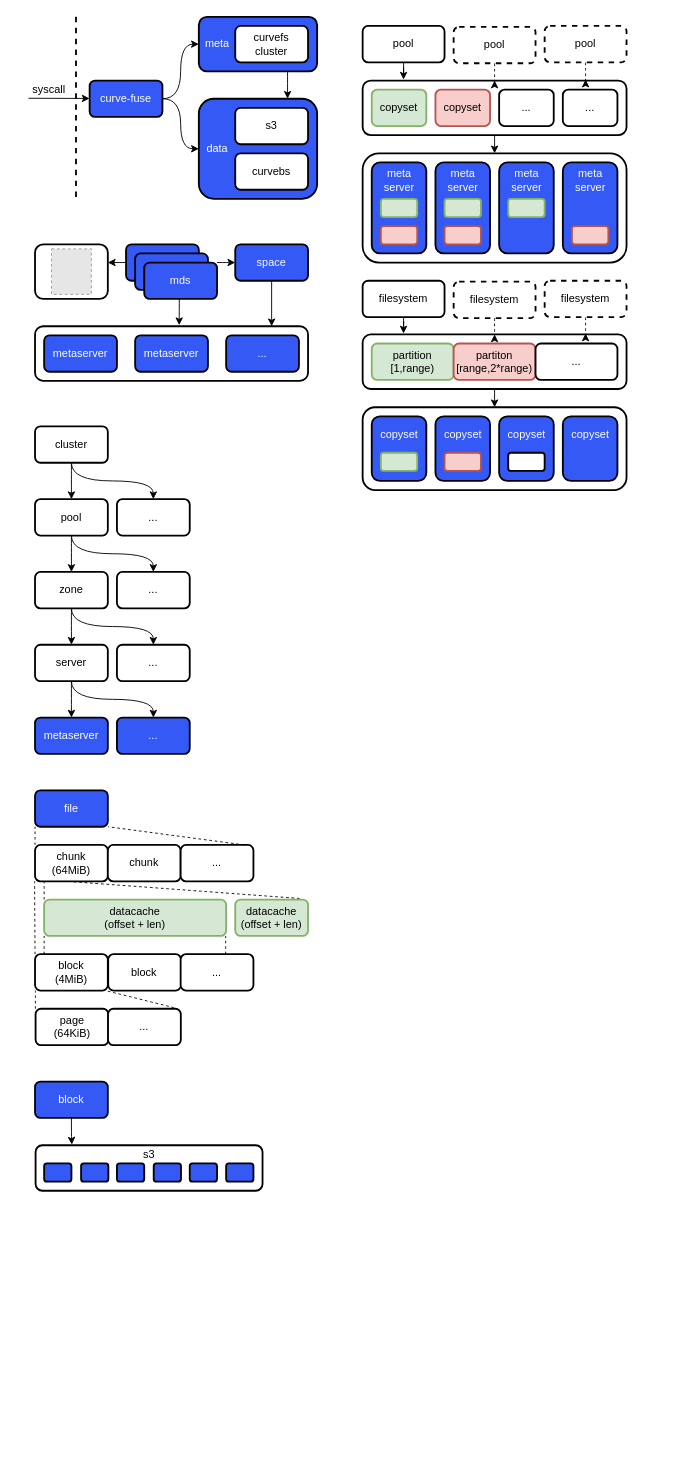
Earlier version of the draw.io diagram page "curvefs" (1 of 2) of curve/curve.drawio (EarthWind/deeparch). Source tidied: cells renumbered, new cells numbered last; positions are measured from the earlier drawing's top-left corner, leaving out a move shared by most shapes. Both pictures are drawn from the tidied source at 91%, with x=0, y=0 at pixel (25, 16). Pictures stored in the file or linked from it are replaced by grey dashed boxes.
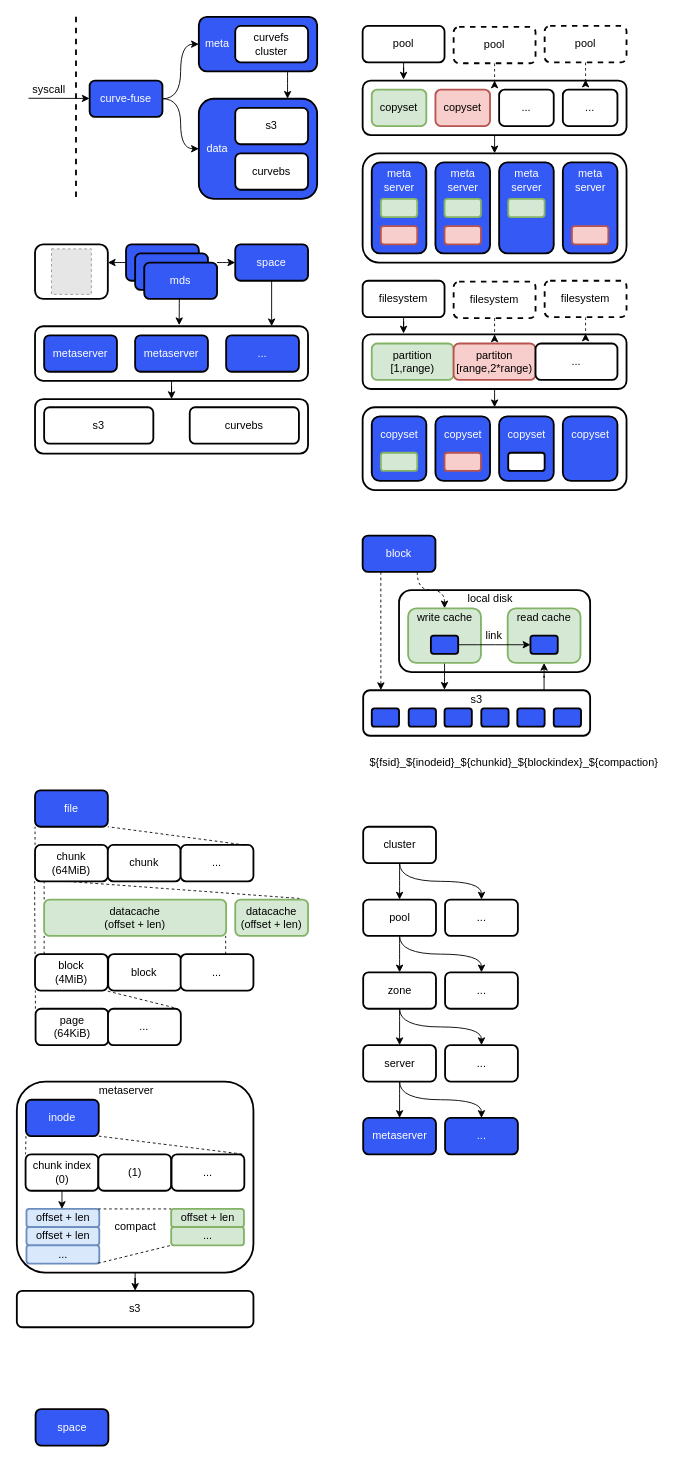
After the change.

Unchanged cells that the change refers to:
```xml
<mxCell id="5" value="metaserver" style="rounded=1;whiteSpace=wrap;html=1;strokeWidth=2;fillWeight=1;hachureGap=4;hachureAngle=45;sketch=0;shadow=0;" parent="1" vertex="1">
  <mxGeometry x="10" y="340" width="300" height="60" as="geometry" />
</mxCell>
```

Change to the diagram source:
```diff
@@
+    <mxCell id="129" style="edgeStyle=orthogonalEdgeStyle;curved=1;rounded=0;sketch=0;jettySize=auto;html=1;labelBorderColor=none;fontColor=#FFFFFF;startArrow=none;startFill=0;endArrow=classic;endFill=1;strokeColor=#000000;" parent="1" edge="1" source="130" target="160">
+      <mxGeometry relative="1" as="geometry" />
+    </mxCell>
+    <mxCell id="130" style="rounded=1;whiteSpace=wrap;html=1;strokeWidth=2;fillWeight=1;hachureGap=4;hachureAngle=45;sketch=0;shadow=0;" parent="1" vertex="1">
+      <mxGeometry x="-10" y="1170" width="260" height="210" as="geometry" />
+    </mxCell>
+    <mxCell id="131" style="rounded=1;whiteSpace=wrap;html=1;strokeWidth=2;fillWeight=1;hachureGap=4;hachureAngle=45;fillColor=default;sketch=0;spacing=1;" parent="1" vertex="1">
+      <mxGeometry x="10" y="420" width="300" height="60" as="geometry" />
+    </mxCell>
+    <mxCell id="132" style="rounded=1;whiteSpace=wrap;html=1;strokeWidth=2;fillWeight=1;hachureGap=4;hachureAngle=45;sketch=0;shadow=0;" parent="1" vertex="1">
+      <mxGeometry x="410" y="630" width="210" height="90" as="geometry" />
+    </mxCell>
@@
+    <mxCell id="133" style="edgeStyle=orthogonalEdgeStyle;curved=1;rounded=0;sketch=0;jettySize=auto;html=1;fontColor=#000000;startArrow=none;startFill=0;endArrow=classic;endFill=1;entryX=0.5;entryY=0;entryDx=0;entryDy=0;" parent="1" edge="1" source="5" target="131">
+      <mxGeometry relative="1" as="geometry" />
+    </mxCell>
@@
     <mxCell id="28" value="metaserver" style="rounded=1;whiteSpace=wrap;html=1;strokeWidth=2;fillWeight=1;hachureGap=4;hachureAngle=45;fillColor=#3459F4;sketch=0;shadow=0;fontColor=#FFFFFF;" parent="1" vertex="1">
-      <mxGeometry x="10" y="770" width="80" height="40" as="geometry" />
+      <mxGeometry x="370.6" y="1210" width="80" height="40" as="geometry" />
     </mxCell>
     <mxCell id="29" value="..." style="rounded=1;whiteSpace=wrap;html=1;strokeWidth=2;fillWeight=1;hachureGap=4;hachureAngle=45;fillColor=#3459F4;sketch=0;shadow=0;fontColor=#FFFFFF;" parent="1" vertex="1">
-      <mxGeometry x="100" y="770" width="80" height="40" as="geometry" />
+      <mxGeometry x="460.6" y="1210" width="80" height="40" as="geometry" />
     </mxCell>
@@
     <mxCell id="32" value="server" style="rounded=1;whiteSpace=wrap;html=1;strokeWidth=2;fillWeight=1;hachureGap=4;hachureAngle=45;sketch=0;shadow=0;" parent="1" vertex="1">
-      <mxGeometry x="10" y="690" width="80" height="40" as="geometry" />
+      <mxGeometry x="370.6" y="1130" width="80" height="40" as="geometry" />
     </mxCell>
     <mxCell id="33" value="..." style="rounded=1;whiteSpace=wrap;html=1;strokeWidth=2;fillWeight=1;hachureGap=4;hachureAngle=45;sketch=0;shadow=0;" parent="1" vertex="1">
-      <mxGeometry x="100" y="690" width="80" height="40" as="geometry" />
+      <mxGeometry x="460.6" y="1130" width="80" height="40" as="geometry" />
     </mxCell>
@@
     <mxCell id="36" value="zone" style="rounded=1;whiteSpace=wrap;html=1;strokeWidth=2;fillWeight=1;hachureGap=4;hachureAngle=45;sketch=0;shadow=0;" parent="1" vertex="1">
-      <mxGeometry x="10" y="610" width="80" height="40" as="geometry" />
+      <mxGeometry x="370.6" y="1050" width="80" height="40" as="geometry" />
     </mxCell>
     <mxCell id="37" value="..." style="rounded=1;whiteSpace=wrap;html=1;strokeWidth=2;fillWeight=1;hachureGap=4;hachureAngle=45;sketch=0;shadow=0;" parent="1" vertex="1">
-      <mxGeometry x="100" y="610" width="80" height="40" as="geometry" />
+      <mxGeometry x="460.6" y="1050" width="80" height="40" as="geometry" />
     </mxCell>
@@
     <mxCell id="40" value="pool" style="rounded=1;whiteSpace=wrap;html=1;strokeWidth=2;fillWeight=1;hachureGap=4;hachureAngle=45;sketch=0;shadow=0;" parent="1" vertex="1">
-      <mxGeometry x="10" y="530" width="80" height="40" as="geometry" />
+      <mxGeometry x="370.6" y="970" width="80" height="40" as="geometry" />
     </mxCell>
     <mxCell id="41" value="..." style="rounded=1;whiteSpace=wrap;html=1;strokeWidth=2;fillWeight=1;hachureGap=4;hachureAngle=45;sketch=0;shadow=0;" parent="1" vertex="1">
-      <mxGeometry x="100" y="530" width="80" height="40" as="geometry" />
+      <mxGeometry x="460.6" y="970" width="80" height="40" as="geometry" />
     </mxCell>
@@
     <mxCell id="44" value="cluster" style="rounded=1;whiteSpace=wrap;html=1;strokeWidth=2;fillWeight=1;hachureGap=4;hachureAngle=45;sketch=0;shadow=0;" parent="1" vertex="1">
-      <mxGeometry x="10" y="450" width="80" height="40" as="geometry" />
+      <mxGeometry x="370.6" y="890" width="80" height="40" as="geometry" />
     </mxCell>
@@
-    <mxCell id="119" style="edgeStyle=orthogonalEdgeStyle;curved=1;rounded=0;sketch=0;jettySize=auto;html=1;entryX=0.16;entryY=-0.014;entryDx=0;entryDy=0;entryPerimeter=0;fontColor=#000000;startArrow=none;startFill=0;endArrow=classic;endFill=1;" parent="1" edge="1" source="120" target="121">
+    <mxCell id="119" style="edgeStyle=orthogonalEdgeStyle;curved=1;rounded=0;sketch=0;jettySize=auto;html=1;entryX=0.078;entryY=-0.004;entryDx=0;entryDy=0;entryPerimeter=0;fontColor=#000000;startArrow=none;startFill=0;endArrow=classic;endFill=1;dashed=1;exitX=0.25;exitY=1;exitDx=0;exitDy=0;" parent="1" edge="1" source="120" target="121">
       <mxGeometry relative="1" as="geometry" />
     </mxCell>
+    <mxCell id="134" style="edgeStyle=orthogonalEdgeStyle;curved=1;rounded=0;sketch=0;jettySize=auto;html=1;entryX=0.5;entryY=0;entryDx=0;entryDy=0;fontColor=#000000;startArrow=none;startFill=0;endArrow=classic;endFill=1;exitX=0.75;exitY=1;exitDx=0;exitDy=0;dashed=1;" parent="1" edge="1" source="120" target="139">
+      <mxGeometry relative="1" as="geometry" />
+    </mxCell>
     <mxCell id="120" value="block" style="rounded=1;whiteSpace=wrap;html=1;strokeWidth=2;fillWeight=1;hachureGap=4;hachureAngle=45;sketch=0;shadow=0;fillColor=#3459F4;fontColor=#FFFFFF;" parent="1" vertex="1">
-      <mxGeometry x="10" y="1170" width="80" height="40" as="geometry" />
+      <mxGeometry x="370" y="570" width="80" height="40" as="geometry" />
     </mxCell>
     <mxCell id="121" style="rounded=1;whiteSpace=wrap;html=1;strokeWidth=2;fillWeight=1;hachureGap=4;hachureAngle=45;sketch=0;shadow=0;" parent="1" vertex="1">
-      <mxGeometry x="10.6" y="1240" width="249.4" height="50" as="geometry" />
+      <mxGeometry x="370.6" y="740" width="249.4" height="50" as="geometry" />
     </mxCell>
     <mxCell id="122" style="rounded=1;whiteSpace=wrap;html=1;strokeWidth=2;fillWeight=1;hachureGap=4;hachureAngle=45;sketch=0;shadow=0;fillColor=#3459F4;fontColor=#FFFFFF;" parent="1" vertex="1">
-      <mxGeometry x="20" y="1260" width="30" height="20" as="geometry" />
+      <mxGeometry x="380" y="760" width="30" height="20" as="geometry" />
     </mxCell>
     <mxCell id="123" style="rounded=1;whiteSpace=wrap;html=1;strokeWidth=2;fillWeight=1;hachureGap=4;hachureAngle=45;sketch=0;shadow=0;fillColor=#3459F4;fontColor=#FFFFFF;" parent="1" vertex="1">
-      <mxGeometry x="60.6" y="1260" width="30" height="20" as="geometry" />
+      <mxGeometry x="420.6" y="760" width="30" height="20" as="geometry" />
     </mxCell>
     <mxCell id="124" style="rounded=1;whiteSpace=wrap;html=1;strokeWidth=2;fillWeight=1;hachureGap=4;hachureAngle=45;sketch=0;shadow=0;fillColor=#3459F4;fontColor=#FFFFFF;" parent="1" vertex="1">
-      <mxGeometry x="100" y="1260" width="30" height="20" as="geometry" />
+      <mxGeometry x="460" y="760" width="30" height="20" as="geometry" />
     </mxCell>
     <mxCell id="125" style="rounded=1;whiteSpace=wrap;html=1;strokeWidth=2;fillWeight=1;hachureGap=4;hachureAngle=45;sketch=0;shadow=0;fillColor=#3459F4;fontColor=#FFFFFF;" parent="1" vertex="1">
-      <mxGeometry x="140.4" y="1260" width="30" height="20" as="geometry" />
+      <mxGeometry x="500.4" y="760" width="30" height="20" as="geometry" />
     </mxCell>
     <mxCell id="126" style="rounded=1;whiteSpace=wrap;html=1;strokeWidth=2;fillWeight=1;hachureGap=4;hachureAngle=45;sketch=0;shadow=0;fillColor=#3459F4;fontColor=#FFFFFF;" parent="1" vertex="1">
-      <mxGeometry x="180" y="1260" width="30" height="20" as="geometry" />
+      <mxGeometry x="540" y="760" width="30" height="20" as="geometry" />
     </mxCell>
     <mxCell id="127" style="rounded=1;whiteSpace=wrap;html=1;strokeWidth=2;fillWeight=1;hachureGap=4;hachureAngle=45;sketch=0;shadow=0;fillColor=#3459F4;fontColor=#FFFFFF;" parent="1" vertex="1">
-      <mxGeometry x="220" y="1260" width="30" height="20" as="geometry" />
+      <mxGeometry x="580" y="760" width="30" height="20" as="geometry" />
     </mxCell>
     <mxCell id="128" value="s3" style="text;html=1;align=center;verticalAlign=middle;strokeColor=none;fillColor=none;fontColor=#000000;" parent="1" vertex="1">
-      <mxGeometry x="120.3" y="1240" width="30" height="20" as="geometry" />
+      <mxGeometry x="480.3" y="740" width="30" height="20" as="geometry" />
     </mxCell>
+    <mxCell id="135" value="${fsid}_${inodeid}_${chunkid}_${blockindex}_${compaction}" style="text;html=1;align=center;verticalAlign=middle;strokeColor=none;fillColor=none;fontColor=#000000;" parent="1" vertex="1">
+      <mxGeometry x="370.6" y="810" width="330" height="20" as="geometry" />
+    </mxCell>
+    <mxCell id="136" style="edgeStyle=orthogonalEdgeStyle;curved=1;rounded=0;sketch=0;jettySize=auto;html=1;entryX=0.797;entryY=0.012;entryDx=0;entryDy=0;entryPerimeter=0;fontColor=#000000;startArrow=classic;startFill=1;endArrow=none;endFill=0;" parent="1" edge="1" source="137" target="121">
+      <mxGeometry relative="1" as="geometry" />
+    </mxCell>
+    <mxCell id="137" style="rounded=1;whiteSpace=wrap;html=1;strokeWidth=2;fillWeight=1;hachureGap=4;hachureAngle=45;sketch=0;shadow=0;fillColor=#d5e8d4;strokeColor=#82b366;" parent="1" vertex="1">
+      <mxGeometry x="529.4" y="650" width="80" height="60" as="geometry" />
+    </mxCell>
+    <mxCell id="138" style="edgeStyle=orthogonalEdgeStyle;curved=1;rounded=0;sketch=0;jettySize=auto;html=1;fontColor=#000000;startArrow=none;startFill=0;endArrow=classic;endFill=1;entryX=0.358;entryY=-0.01;entryDx=0;entryDy=0;entryPerimeter=0;" parent="1" edge="1" source="139" target="121">
+      <mxGeometry relative="1" as="geometry" />
+    </mxCell>
+    <mxCell id="139" style="rounded=1;whiteSpace=wrap;html=1;strokeWidth=2;fillWeight=1;hachureGap=4;hachureAngle=45;sketch=0;shadow=0;fillColor=#d5e8d4;strokeColor=#82b366;" parent="1" vertex="1">
+      <mxGeometry x="420" y="650" width="80" height="60" as="geometry" />
+    </mxCell>
+    <mxCell id="140" style="edgeStyle=orthogonalEdgeStyle;curved=1;rounded=0;sketch=0;jettySize=auto;html=1;entryX=0;entryY=0.5;entryDx=0;entryDy=0;fontColor=#000000;startArrow=none;startFill=0;endArrow=classic;endFill=1;" parent="1" edge="1" source="141" target="142">
+      <mxGeometry relative="1" as="geometry">
+        <Array as="points">
+          <mxPoint x="520" y="690" />
+          <mxPoint x="520" y="690" />
+        </Array>
+      </mxGeometry>
+    </mxCell>
+    <mxCell id="141" style="rounded=1;whiteSpace=wrap;html=1;strokeWidth=2;fillWeight=1;hachureGap=4;hachureAngle=45;sketch=0;shadow=0;fillColor=#3459F4;fontColor=#FFFFFF;" parent="1" vertex="1">
+      <mxGeometry x="445" y="680" width="30" height="20" as="geometry" />
+    </mxCell>
+    <mxCell id="142" style="rounded=1;whiteSpace=wrap;html=1;strokeWidth=2;fillWeight=1;hachureGap=4;hachureAngle=45;sketch=0;shadow=0;fillColor=#3459F4;fontColor=#FFFFFF;" parent="1" vertex="1">
+      <mxGeometry x="554.4" y="680" width="30" height="20" as="geometry" />
+    </mxCell>
+    <mxCell id="143" value="write cache" style="text;html=1;align=center;verticalAlign=middle;strokeColor=none;fillColor=none;fontColor=#000000;" parent="1" vertex="1">
+      <mxGeometry x="420" y="650" width="80" height="20" as="geometry" />
+    </mxCell>
+    <mxCell id="144" value="link" style="text;html=1;align=center;verticalAlign=middle;strokeColor=none;fillColor=none;fontColor=#000000;" parent="1" vertex="1">
+      <mxGeometry x="499.4" y="670" width="30" height="20" as="geometry" />
+    </mxCell>
+    <mxCell id="145" value="read cache" style="text;html=1;align=center;verticalAlign=middle;strokeColor=none;fillColor=none;fontColor=#000000;" parent="1" vertex="1">
+      <mxGeometry x="534.4" y="650" width="70" height="20" as="geometry" />
+    </mxCell>
+    <mxCell id="146" value="local disk" style="text;html=1;align=center;verticalAlign=middle;strokeColor=none;fillColor=none;fontColor=#000000;" parent="1" vertex="1">
+      <mxGeometry x="480" y="630" width="60" height="20" as="geometry" />
+    </mxCell>
+    <mxCell id="147" value="s3" style="rounded=1;whiteSpace=wrap;html=1;strokeWidth=2;fillWeight=1;hachureGap=4;hachureAngle=45;fillColor=default;sketch=0;spacing=1;" parent="1" vertex="1">
+      <mxGeometry x="20" y="429" width="120" height="40" as="geometry" />
+    </mxCell>
+    <mxCell id="148" value="curvebs" style="rounded=1;whiteSpace=wrap;html=1;strokeWidth=2;fillWeight=1;hachureGap=4;hachureAngle=45;fillColor=default;sketch=0;spacing=1;" parent="1" vertex="1">
+      <mxGeometry x="180" y="429" width="120" height="40" as="geometry" />
+    </mxCell>
+    <mxCell id="149" value="inode" style="rounded=1;whiteSpace=wrap;html=1;strokeWidth=2;fillWeight=1;hachureGap=4;hachureAngle=45;sketch=0;shadow=0;fillColor=#3459F4;fontColor=#FFFFFF;" parent="1" vertex="1">
+      <mxGeometry y="1190" width="80" height="40" as="geometry" />
+    </mxCell>
+    <mxCell id="150" style="edgeStyle=orthogonalEdgeStyle;curved=1;rounded=0;sketch=0;jettySize=auto;html=1;labelBorderColor=none;fontColor=#000000;startArrow=none;startFill=0;endArrow=classic;endFill=1;strokeColor=#000000;" parent="1" edge="1" source="151" target="156">
+      <mxGeometry relative="1" as="geometry">
+        <Array as="points">
+          <mxPoint x="41" y="1310" />
+          <mxPoint x="41" y="1310" />
+        </Array>
+      </mxGeometry>
+    </mxCell>
+    <mxCell id="151" value="chunk index&lt;br&gt;(0)" style="rounded=1;whiteSpace=wrap;html=1;strokeWidth=2;fillWeight=1;hachureGap=4;hachureAngle=45;sketch=0;shadow=0;" parent="1" vertex="1">
+      <mxGeometry x="-0.4" y="1250" width="80" height="40" as="geometry" />
+    </mxCell>
+    <mxCell id="152" value="(1)" style="rounded=1;whiteSpace=wrap;html=1;strokeWidth=2;fillWeight=1;hachureGap=4;hachureAngle=45;sketch=0;shadow=0;" parent="1" vertex="1">
+      <mxGeometry x="79.6" y="1250" width="80" height="40" as="geometry" />
+    </mxCell>
+    <mxCell id="153" value="..." style="rounded=1;whiteSpace=wrap;html=1;strokeWidth=2;fillWeight=1;hachureGap=4;hachureAngle=45;sketch=0;shadow=0;" parent="1" vertex="1">
+      <mxGeometry x="160" y="1250" width="80" height="40" as="geometry" />
+    </mxCell>
+    <mxCell id="154" style="endArrow=none;dashed=1;html=1;rounded=0;sketch=0;fontColor=#FFFFFF;curved=1;strokeColor=#000000;" parent="1" edge="1">
+      <mxGeometry relative="1" as="geometry">
+        <mxPoint y="1230" as="sourcePoint" />
+        <mxPoint x="-0.4" y="1250" as="targetPoint" />
+      </mxGeometry>
+    </mxCell>
+    <mxCell id="155" style="endArrow=none;dashed=1;html=1;rounded=0;sketch=0;fontColor=#FFFFFF;curved=1;exitX=1;exitY=1;exitDx=0;exitDy=0;entryX=1;entryY=0;entryDx=0;entryDy=0;labelBorderColor=none;strokeColor=#000000;" parent="1" edge="1" source="149" target="153">
+      <mxGeometry relative="1" as="geometry" />
+    </mxCell>
+    <mxCell id="156" value="offset + len" style="rounded=1;whiteSpace=wrap;html=1;strokeWidth=2;fillWeight=1;hachureGap=4;hachureAngle=45;sketch=0;shadow=0;fillColor=#dae8fc;strokeColor=#6c8ebf;" parent="1" vertex="1">
+      <mxGeometry x="0.6" y="1310" width="80" height="20" as="geometry" />
+    </mxCell>
+    <mxCell id="157" value="offset + len" style="rounded=1;whiteSpace=wrap;html=1;strokeWidth=2;fillWeight=1;hachureGap=4;hachureAngle=45;sketch=0;shadow=0;fillColor=#dae8fc;strokeColor=#6c8ebf;" parent="1" vertex="1">
+      <mxGeometry x="0.6" y="1330" width="80" height="20" as="geometry" />
+    </mxCell>
+    <mxCell id="158" value="..." style="rounded=1;whiteSpace=wrap;html=1;strokeWidth=2;fillWeight=1;hachureGap=4;hachureAngle=45;sketch=0;shadow=0;fillColor=#dae8fc;strokeColor=#6c8ebf;" parent="1" vertex="1">
+      <mxGeometry x="0.6" y="1350" width="80" height="20" as="geometry" />
+    </mxCell>
+    <mxCell id="159" value="metaserver" style="text;html=1;align=center;verticalAlign=middle;strokeColor=none;fillColor=none;fontColor=#000000;" parent="1" vertex="1">
+      <mxGeometry x="70" y="1170" width="80" height="20" as="geometry" />
+    </mxCell>
+    <mxCell id="160" value="s3" style="rounded=1;whiteSpace=wrap;html=1;strokeWidth=2;fillWeight=1;hachureGap=4;hachureAngle=45;fillColor=default;sketch=0;spacing=1;" parent="1" vertex="1">
+      <mxGeometry x="-10" y="1400" width="260" height="40" as="geometry" />
+    </mxCell>
+    <mxCell id="161" value="offset + len" style="rounded=1;whiteSpace=wrap;html=1;strokeWidth=2;fillWeight=1;hachureGap=4;hachureAngle=45;sketch=0;shadow=0;fillColor=#d5e8d4;strokeColor=#82b366;" parent="1" vertex="1">
+      <mxGeometry x="159.6" y="1310" width="80" height="20" as="geometry" />
+    </mxCell>
+    <mxCell id="162" value="..." style="rounded=1;whiteSpace=wrap;html=1;strokeWidth=2;fillWeight=1;hachureGap=4;hachureAngle=45;sketch=0;shadow=0;fillColor=#d5e8d4;strokeColor=#82b366;" parent="1" vertex="1">
+      <mxGeometry x="159.6" y="1330" width="80" height="20" as="geometry" />
+    </mxCell>
+    <mxCell id="163" style="endArrow=none;dashed=1;html=1;rounded=0;sketch=0;fontColor=#FFFFFF;curved=1;exitX=1;exitY=1;exitDx=0;exitDy=0;entryX=0;entryY=0;entryDx=0;entryDy=0;labelBorderColor=none;strokeColor=#000000;" parent="1" edge="1" target="161">
+      <mxGeometry relative="1" as="geometry">
+        <mxPoint x="79.6" y="1310" as="sourcePoint" />
+      </mxGeometry>
+    </mxCell>
+    <mxCell id="164" style="endArrow=none;dashed=1;html=1;rounded=0;sketch=0;fontColor=#FFFFFF;curved=1;exitX=1;exitY=1;exitDx=0;exitDy=0;entryX=0;entryY=0;entryDx=0;entryDy=0;labelBorderColor=none;strokeColor=#000000;" parent="1" edge="1">
+      <mxGeometry relative="1" as="geometry">
+        <mxPoint x="79.6" y="1369.6" as="sourcePoint" />
+        <mxPoint x="159.6" y="1350" as="targetPoint" />
+      </mxGeometry>
+    </mxCell>
+    <mxCell id="165" value="compact" style="text;html=1;align=center;verticalAlign=middle;strokeColor=none;fillColor=none;fontColor=#000000;" parent="1" vertex="1">
+      <mxGeometry x="90" y="1320" width="60" height="20" as="geometry" />
+    </mxCell>
+    <mxCell id="166" value="space" style="rounded=1;whiteSpace=wrap;html=1;strokeWidth=2;fillWeight=1;hachureGap=4;hachureAngle=45;sketch=0;shadow=0;fillColor=#3459F4;fontColor=#FFFFFF;" parent="1" vertex="1">
+      <mxGeometry x="10.6" y="1530" width="80" height="40" as="geometry" />
+    </mxCell>
```
